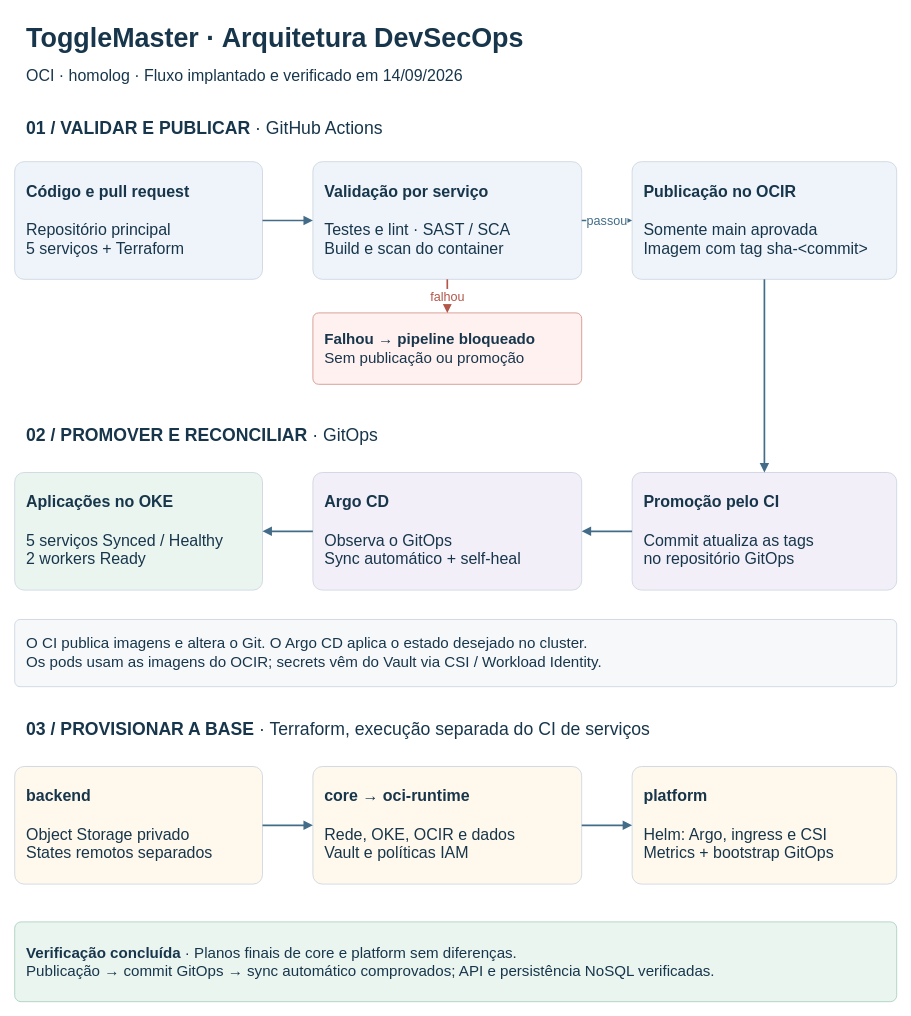
This is docs/diagrams/overall-architecture.drawio from JulioDinizN/tech-challenge-fase-3, a draw.io file, before an edit. Source tidied: cells renumbered, new cells numbered last; positions are measured from the earlier drawing's top-left corner, leaving out a move shared by most shapes. Both pictures are drawn from the tidied source at 84%, with x=0, y=0 at pixel (14, 14).
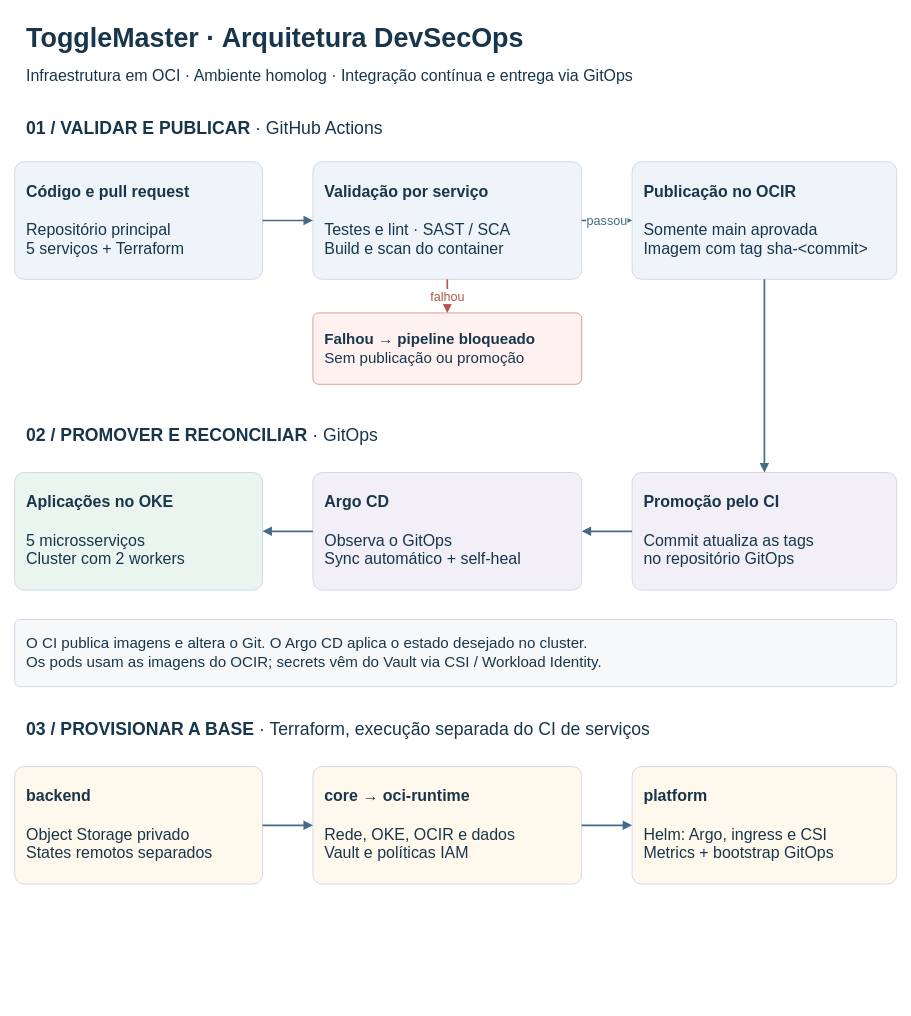
The same diagram, later.

Commit message (it also covers changes not shown here):
Present implemented architecture without verification annotations

Change to the diagram source:
```diff
@@
-    <mxCell id="3" value="OCI · homolog · Fluxo implantado e verificado em 14/09/2026" style="rounded=1;arcSize=8;whiteSpace=wrap;html=1;fillColor=#ffffff;strokeColor=#cbd5e1;fontColor=#18364b;fontSize=19;spacing=14;align=left;verticalAlign=middle;strokeColor=none;fillColor=none;" parent="1" vertex="1">
+    <mxCell id="3" value="Infraestrutura em OCI · Ambiente homolog · Integração contínua e entrega via GitOps" style="rounded=1;arcSize=8;whiteSpace=wrap;html=1;fillColor=#ffffff;strokeColor=#cbd5e1;fontColor=#18364b;fontSize=19;spacing=14;align=left;verticalAlign=middle;strokeColor=none;fillColor=none;" parent="1" vertex="1">
       <mxGeometry y="56" width="1050" height="35" as="geometry" />
     </mxCell>
@@
-    <mxCell id="15" value="&lt;b&gt;Aplicações no OKE&lt;/b&gt;&lt;br&gt;&lt;br&gt;5 serviços Synced / Healthy&lt;br&gt;2 workers Ready" style="rounded=1;arcSize=8;whiteSpace=wrap;html=1;fillColor=#eaf5f0;strokeColor=#cbd5e1;fontColor=#18364b;fontSize=19;spacing=14;align=left;verticalAlign=middle;" parent="1" vertex="1">
+    <mxCell id="15" value="&lt;b&gt;Aplicações no OKE&lt;/b&gt;&lt;br&gt;&lt;br&gt;5 microsserviços&lt;br&gt;Cluster com 2 workers" style="rounded=1;arcSize=8;whiteSpace=wrap;html=1;fillColor=#eaf5f0;strokeColor=#cbd5e1;fontColor=#18364b;fontSize=19;spacing=14;align=left;verticalAlign=middle;" parent="1" vertex="1">
       <mxGeometry y="545" width="295" height="140" as="geometry" />
     </mxCell>
@@
-    <mxCell id="26" value="&lt;b&gt;Verificação concluída&lt;/b&gt; · Planos finais de core e platform sem diferenças.&lt;br&gt;Publicação → commit GitOps → sync automático comprovados; API e persistência NoSQL verificadas." style="rounded=1;arcSize=8;whiteSpace=wrap;html=1;fillColor=#eaf5f0;strokeColor=#a9cebd;fontColor=#18364b;fontSize=18;spacing=14;align=left;verticalAlign=middle;" parent="1" vertex="1">
-      <mxGeometry y="1080" width="1050" height="95" as="geometry" />
-    </mxCell>
```
